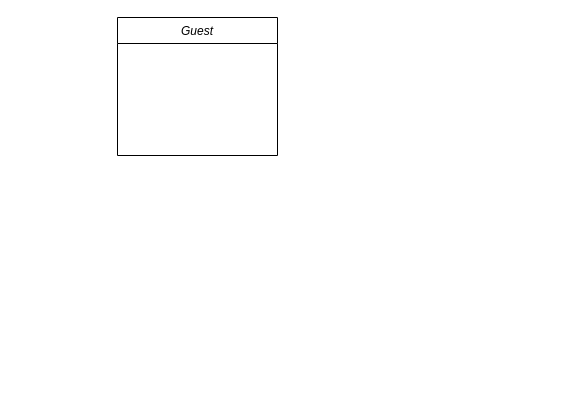
KanPeljto/UML keeps this draw.io diagram as Untitled Diagram.drawio. Above is the earlier version. Source tidied: cells renumbered, new cells numbered last; positions are measured from the earlier drawing's top-left corner, leaving out a move shared by most shapes. Both pictures are drawn from the tidied source at 100%, with x=0, y=0 at pixel (117, 17).
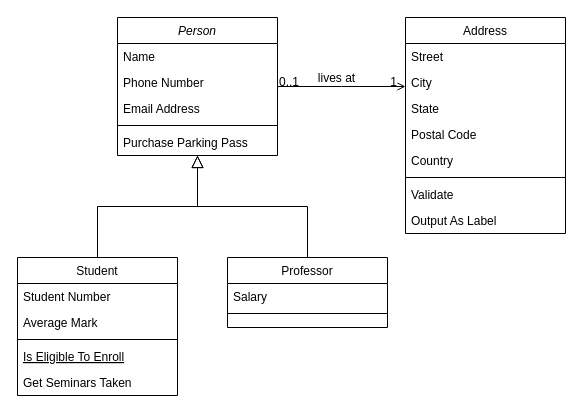
After the change.

Commit message:
Object diagram

Change to the diagram source:
```diff
@@
-    <mxCell id="2" value="Guest&#10;" style="swimlane;fontStyle=2;align=center;verticalAlign=top;horizontal=1;startSize=26;rounded=0;shadow=0;strokeWidth=1;" parent="1" vertex="1">
+    <mxCell id="2" value="Person" style="swimlane;fontStyle=2;align=center;verticalAlign=top;horizontal=1;startSize=26;rounded=0;shadow=0;strokeWidth=1;" parent="1" vertex="1">
       <mxGeometry width="160" height="138" as="geometry" />
     </mxCell>
+    <mxCell id="3" value="Name" style="text;align=left;verticalAlign=top;spacingLeft=4;spacingRight=4;overflow=hidden;" parent="2" vertex="1">
+      <mxGeometry y="26" width="160" height="26" as="geometry" />
+    </mxCell>
+    <mxCell id="4" value="Phone Number" style="text;align=left;verticalAlign=top;spacingLeft=4;spacingRight=4;overflow=hidden;rounded=0;shadow=0;html=0;" parent="2" vertex="1">
+      <mxGeometry y="52" width="160" height="26" as="geometry" />
+    </mxCell>
+    <mxCell id="5" value="Email Address" style="text;align=left;verticalAlign=top;spacingLeft=4;spacingRight=4;overflow=hidden;rounded=0;shadow=0;html=0;" parent="2" vertex="1">
+      <mxGeometry y="78" width="160" height="26" as="geometry" />
+    </mxCell>
+    <mxCell id="6" style="line;html=1;strokeWidth=1;align=left;verticalAlign=middle;spacingTop=-1;spacingLeft=3;spacingRight=3;labelPosition=right;" parent="2" vertex="1">
+      <mxGeometry y="104" width="160" height="8" as="geometry" />
+    </mxCell>
+    <mxCell id="7" value="Purchase Parking Pass" style="text;align=left;verticalAlign=top;spacingLeft=4;spacingRight=4;overflow=hidden;" parent="2" vertex="1">
+      <mxGeometry y="112" width="160" height="26" as="geometry" />
+    </mxCell>
+    <mxCell id="8" value="Student" style="swimlane;fontStyle=0;align=center;verticalAlign=top;horizontal=1;startSize=26;rounded=0;shadow=0;strokeWidth=1;" parent="1" vertex="1">
+      <mxGeometry x="-100" y="240" width="160" height="138" as="geometry" />
+    </mxCell>
+    <mxCell id="9" value="Student Number" style="text;align=left;verticalAlign=top;spacingLeft=4;spacingRight=4;overflow=hidden;" parent="8" vertex="1">
+      <mxGeometry y="26" width="160" height="26" as="geometry" />
+    </mxCell>
+    <mxCell id="10" value="Average Mark" style="text;align=left;verticalAlign=top;spacingLeft=4;spacingRight=4;overflow=hidden;rounded=0;shadow=0;html=0;" parent="8" vertex="1">
+      <mxGeometry y="52" width="160" height="26" as="geometry" />
+    </mxCell>
+    <mxCell id="11" style="line;html=1;strokeWidth=1;align=left;verticalAlign=middle;spacingTop=-1;spacingLeft=3;spacingRight=3;labelPosition=right;" parent="8" vertex="1">
+      <mxGeometry y="78" width="160" height="8" as="geometry" />
+    </mxCell>
+    <mxCell id="12" value="Is Eligible To Enroll" style="text;align=left;verticalAlign=top;spacingLeft=4;spacingRight=4;overflow=hidden;fontStyle=4;" parent="8" vertex="1">
+      <mxGeometry y="86" width="160" height="26" as="geometry" />
+    </mxCell>
+    <mxCell id="13" value="Get Seminars Taken" style="text;align=left;verticalAlign=top;spacingLeft=4;spacingRight=4;overflow=hidden;" parent="8" vertex="1">
+      <mxGeometry y="112" width="160" height="26" as="geometry" />
+    </mxCell>
+    <mxCell id="14" style="endArrow=block;endSize=10;endFill=0;shadow=0;strokeWidth=1;rounded=0;edgeStyle=elbowEdgeStyle;elbow=vertical;" parent="1" edge="1" source="8" target="2">
+      <mxGeometry relative="1" as="geometry" />
+    </mxCell>
+    <mxCell id="15" value="Professor" style="swimlane;fontStyle=0;align=center;verticalAlign=top;horizontal=1;startSize=26;rounded=0;shadow=0;strokeWidth=1;" parent="1" vertex="1">
+      <mxGeometry x="110" y="240" width="160" height="70" as="geometry" />
+    </mxCell>
+    <mxCell id="16" value="Salary" style="text;align=left;verticalAlign=top;spacingLeft=4;spacingRight=4;overflow=hidden;" parent="15" vertex="1">
+      <mxGeometry y="26" width="160" height="26" as="geometry" />
+    </mxCell>
+    <mxCell id="17" style="line;html=1;strokeWidth=1;align=left;verticalAlign=middle;spacingTop=-1;spacingLeft=3;spacingRight=3;labelPosition=right;" parent="15" vertex="1">
+      <mxGeometry y="52" width="160" height="8" as="geometry" />
+    </mxCell>
+    <mxCell id="18" style="endArrow=block;endSize=10;endFill=0;shadow=0;strokeWidth=1;rounded=0;edgeStyle=elbowEdgeStyle;elbow=vertical;" parent="1" edge="1" source="15" target="2">
+      <mxGeometry relative="1" as="geometry" />
+    </mxCell>
+    <mxCell id="19" value="Address" style="swimlane;fontStyle=0;align=center;verticalAlign=top;horizontal=1;startSize=26;rounded=0;shadow=0;strokeWidth=1;" parent="1" vertex="1">
+      <mxGeometry x="288" width="160" height="216" as="geometry" />
+    </mxCell>
+    <mxCell id="20" value="Street" style="text;align=left;verticalAlign=top;spacingLeft=4;spacingRight=4;overflow=hidden;" parent="19" vertex="1">
+      <mxGeometry y="26" width="160" height="26" as="geometry" />
+    </mxCell>
+    <mxCell id="21" value="City" style="text;align=left;verticalAlign=top;spacingLeft=4;spacingRight=4;overflow=hidden;rounded=0;shadow=0;html=0;" parent="19" vertex="1">
+      <mxGeometry y="52" width="160" height="26" as="geometry" />
+    </mxCell>
+    <mxCell id="22" value="State" style="text;align=left;verticalAlign=top;spacingLeft=4;spacingRight=4;overflow=hidden;rounded=0;shadow=0;html=0;" parent="19" vertex="1">
+      <mxGeometry y="78" width="160" height="26" as="geometry" />
+    </mxCell>
+    <mxCell id="23" value="Postal Code" style="text;align=left;verticalAlign=top;spacingLeft=4;spacingRight=4;overflow=hidden;rounded=0;shadow=0;html=0;" parent="19" vertex="1">
+      <mxGeometry y="104" width="160" height="26" as="geometry" />
+    </mxCell>
+    <mxCell id="24" value="Country" style="text;align=left;verticalAlign=top;spacingLeft=4;spacingRight=4;overflow=hidden;rounded=0;shadow=0;html=0;" parent="19" vertex="1">
+      <mxGeometry y="130" width="160" height="26" as="geometry" />
+    </mxCell>
+    <mxCell id="25" style="line;html=1;strokeWidth=1;align=left;verticalAlign=middle;spacingTop=-1;spacingLeft=3;spacingRight=3;labelPosition=right;" parent="19" vertex="1">
+      <mxGeometry y="156" width="160" height="8" as="geometry" />
+    </mxCell>
+    <mxCell id="26" value="Validate" style="text;align=left;verticalAlign=top;spacingLeft=4;spacingRight=4;overflow=hidden;" parent="19" vertex="1">
+      <mxGeometry y="164" width="160" height="26" as="geometry" />
+    </mxCell>
+    <mxCell id="27" value="Output As Label" style="text;align=left;verticalAlign=top;spacingLeft=4;spacingRight=4;overflow=hidden;" parent="19" vertex="1">
+      <mxGeometry y="190" width="160" height="26" as="geometry" />
+    </mxCell>
+    <mxCell id="28" style="endArrow=open;shadow=0;strokeWidth=1;rounded=0;endFill=1;edgeStyle=elbowEdgeStyle;elbow=vertical;" parent="1" edge="1" source="2" target="19">
+      <mxGeometry x="0.5" y="41" relative="1" as="geometry">
+        <mxPoint x="-40" y="32" as="offset" />
+      </mxGeometry>
+    </mxCell>
+    <mxCell id="29" value="0..1" style="align=left;verticalAlign=bottom;labelBackgroundColor=none;fontSize=12;" parent="28" vertex="1">
+      <mxGeometry x="-1" relative="1" as="geometry">
+        <mxPoint y="4" as="offset" />
+      </mxGeometry>
+    </mxCell>
+    <mxCell id="30" value="1" style="align=right;verticalAlign=bottom;labelBackgroundColor=none;fontSize=12;" parent="28" vertex="1">
+      <mxGeometry x="1" relative="1" as="geometry">
+        <mxPoint x="-7" y="4" as="offset" />
+      </mxGeometry>
+    </mxCell>
+    <mxCell id="31" value="lives at" style="text;html=1;align=center;verticalAlign=middle;labelBackgroundColor=none;rounded=0;shadow=0;strokeWidth=1;fontSize=12;" parent="28" vertex="1">
+      <mxGeometry x="0.5" y="49" relative="1" as="geometry">
+        <mxPoint x="-38" y="40" as="offset" />
+      </mxGeometry>
+    </mxCell>
```
